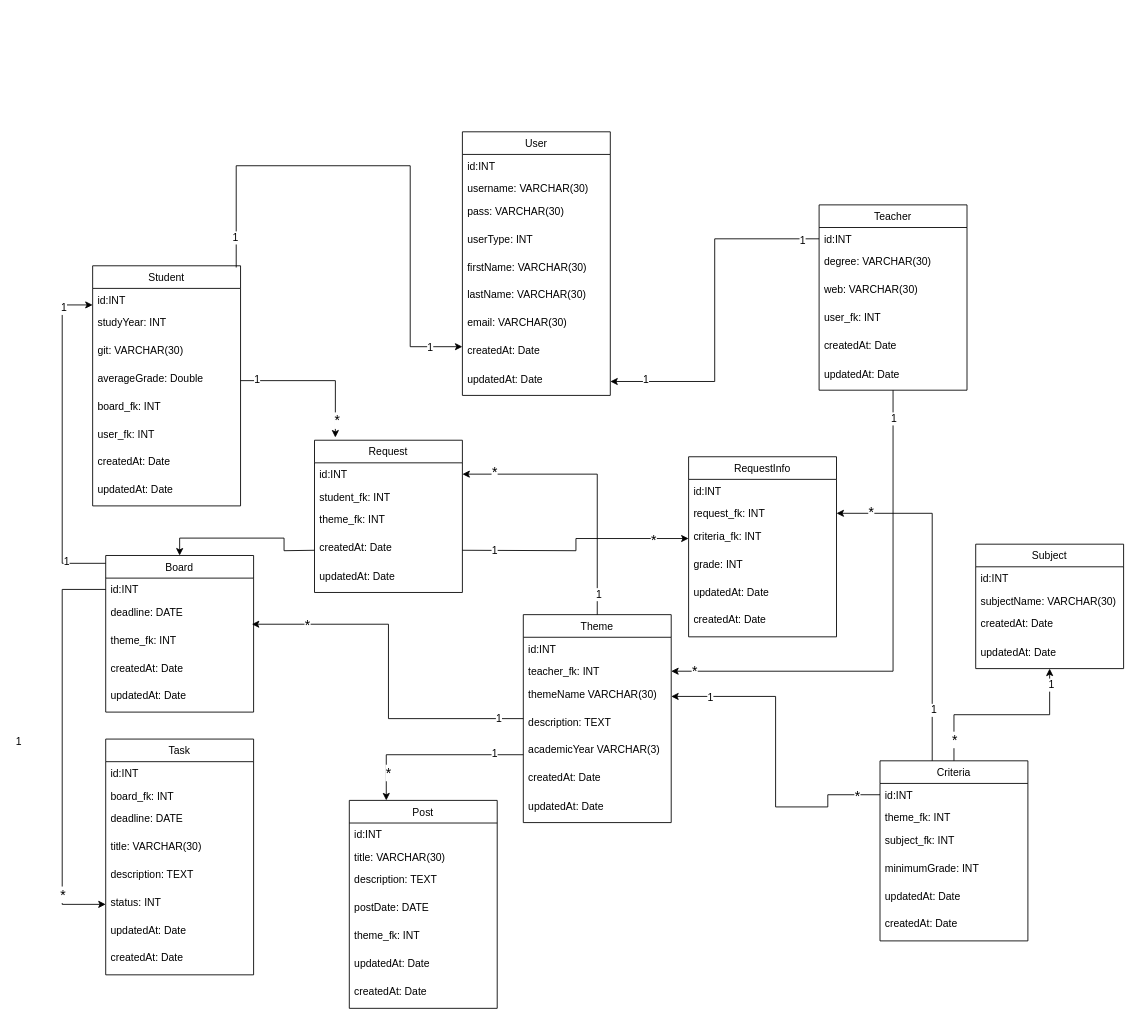
Before: arhitecture/UMLDataBaseCore.drawio in KetanoTinca/TW, a draw.io diagram. Source tidied: cells renumbered, new cells numbered last; positions are measured from the earlier drawing's top-left corner, leaving out a move shared by most shapes. Both pictures are drawn from the tidied source at 87%, with x=0, y=0 at pixel (62, 131).
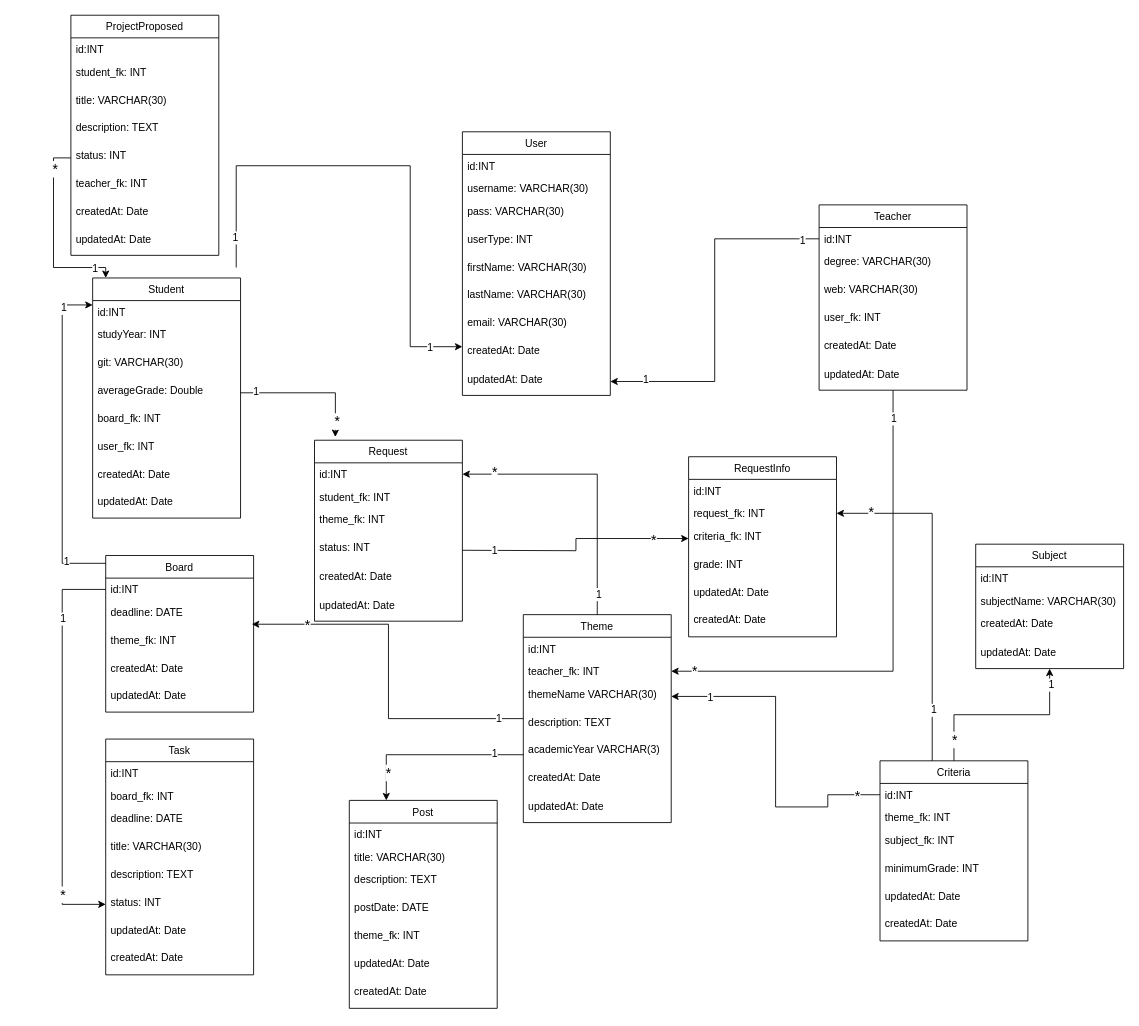
The same diagram, later.

Unchanged cells that the change refers to:
```xml
<mxCell id="54" value="Board" style="swimlane;fontStyle=0;horizontal=1;startSize=26;fillColor=none;" parent="1" vertex="1">
  <mxGeometry x="50" y="487" width="170" height="180" as="geometry" />
</mxCell>
<mxCell id="69" style="edgeStyle=orthogonalEdgeStyle;rounded=0;jettySize=auto;html=1;" parent="1" edge="1" source="55" target="66">
  <mxGeometry relative="1" as="geometry">
    <Array as="points">
      <mxPoint y="526" />
      <mxPoint y="888" />
    </Array>
  </mxGeometry>
</mxCell>
```

What changed in the source:
```diff
@@
     <mxCell id="15" value="Student" style="swimlane;fontStyle=0;horizontal=1;startSize=26;fillColor=none;" parent="1" vertex="1">
-      <mxGeometry x="35" y="154" width="170" height="276" as="geometry" />
+      <mxGeometry x="35" y="168" width="170" height="276" as="geometry" />
     </mxCell>
@@
-    <mxCell id="70" value="1" style="text;html=1;align=center;verticalAlign=middle;labelBackgroundColor=#ffffff;" parent="69" vertex="1">
-      <mxGeometry x="-0.03" y="-51" relative="1" as="geometry" />
-    </mxCell>
@@
+    <mxCell id="124" value="1" style="text;html=1;align=center;verticalAlign=middle;labelBackgroundColor=#ffffff;" parent="69" vertex="1">
+      <mxGeometry x="-0.78" y="32" relative="1" as="geometry">
+        <mxPoint x="-32" y="32" as="offset" />
+      </mxGeometry>
+    </mxCell>
@@
     <mxCell id="100" value="Request" style="swimlane;fontStyle=0;horizontal=1;startSize=26;fillColor=none;" parent="1" vertex="1">
-      <mxGeometry x="290" y="354.5" width="170" height="175" as="geometry" />
+      <mxGeometry x="290" y="354.5" width="170" height="208" as="geometry" />
     </mxCell>
@@
+    <mxCell id="125" value="status: INT" style="text;strokeColor=none;fillColor=none;align=left;verticalAlign=top;spacingLeft=4;spacingRight=4;overflow=hidden;" parent="100" vertex="1">
+      <mxGeometry y="110" width="170" height="33" as="geometry" />
+    </mxCell>
     <mxCell id="104" value="createdAt: Date" style="text;strokeColor=none;fillColor=none;align=left;verticalAlign=top;spacingLeft=4;spacingRight=4;overflow=hidden;" parent="100" vertex="1">
-      <mxGeometry y="110" width="170" height="33" as="geometry" />
+      <mxGeometry y="143" width="170" height="33" as="geometry" />
     </mxCell>
     <mxCell id="105" value="updatedAt: Date" style="text;strokeColor=none;fillColor=none;align=left;verticalAlign=top;spacingLeft=4;spacingRight=4;overflow=hidden;" parent="100" vertex="1">
-      <mxGeometry y="143" width="170" height="32" as="geometry" />
+      <mxGeometry y="176" width="170" height="32" as="geometry" />
     </mxCell>
@@
-    <mxCell id="123" style="edgeStyle=orthogonalEdgeStyle;rounded=0;jettySize=auto;html=1;" parent="1" edge="1" target="54">
-      <mxGeometry relative="1" as="geometry">
-        <mxPoint x="290" y="481" as="sourcePoint" />
-      </mxGeometry>
-    </mxCell>
+    <mxCell id="126" value="ProjectProposed" style="swimlane;fontStyle=0;horizontal=1;startSize=26;fillColor=none;" parent="1" vertex="1">
+      <mxGeometry x="10" y="-134" width="170" height="276" as="geometry" />
+    </mxCell>
+    <mxCell id="127" value="id:INT" style="text;strokeColor=none;fillColor=none;align=left;verticalAlign=top;spacingLeft=4;spacingRight=4;overflow=hidden;" parent="126" vertex="1">
+      <mxGeometry y="26" width="170" height="26" as="geometry" />
+    </mxCell>
+    <mxCell id="128" value="student_fk: INT" style="text;strokeColor=none;fillColor=none;align=left;verticalAlign=top;spacingLeft=4;spacingRight=4;overflow=hidden;" parent="126" vertex="1">
+      <mxGeometry y="52" width="170" height="32" as="geometry" />
+    </mxCell>
+    <mxCell id="129" value="title: VARCHAR(30)" style="text;strokeColor=none;fillColor=none;align=left;verticalAlign=top;spacingLeft=4;spacingRight=4;overflow=hidden;" parent="126" vertex="1">
+      <mxGeometry y="84" width="170" height="32" as="geometry" />
+    </mxCell>
+    <mxCell id="130" value="description: TEXT" style="text;strokeColor=none;fillColor=none;align=left;verticalAlign=top;spacingLeft=4;spacingRight=4;overflow=hidden;" parent="126" vertex="1">
+      <mxGeometry y="116" width="170" height="32" as="geometry" />
+    </mxCell>
+    <mxCell id="131" value="status: INT" style="text;strokeColor=none;fillColor=none;align=left;verticalAlign=top;spacingLeft=4;spacingRight=4;overflow=hidden;points=[[0,0.5],[1,0.5]];portConstraint=eastwest;" parent="126" vertex="1">
+      <mxGeometry y="148" width="170" height="32" as="geometry" />
+    </mxCell>
+    <mxCell id="132" value="teacher_fk: INT" style="text;strokeColor=none;fillColor=none;align=left;verticalAlign=top;spacingLeft=4;spacingRight=4;overflow=hidden;" parent="126" vertex="1">
+      <mxGeometry y="180" width="170" height="32" as="geometry" />
+    </mxCell>
+    <mxCell id="133" value="createdAt: Date" style="text;strokeColor=none;fillColor=none;align=left;verticalAlign=top;spacingLeft=4;spacingRight=4;overflow=hidden;" parent="126" vertex="1">
+      <mxGeometry y="212" width="170" height="32" as="geometry" />
+    </mxCell>
+    <mxCell id="134" value="updatedAt: Date" style="text;strokeColor=none;fillColor=none;align=left;verticalAlign=top;spacingLeft=4;spacingRight=4;overflow=hidden;" parent="126" vertex="1">
+      <mxGeometry y="244" width="170" height="32" as="geometry" />
+    </mxCell>
+    <mxCell id="135" style="edgeStyle=orthogonalEdgeStyle;rounded=0;jettySize=auto;html=1;" parent="1" edge="1" source="131" target="15">
+      <mxGeometry relative="1" as="geometry">
+        <Array as="points">
+          <mxPoint x="-10" y="30" />
+          <mxPoint x="-10" y="156" />
+          <mxPoint x="50" y="156" />
+        </Array>
+      </mxGeometry>
+    </mxCell>
+    <mxCell id="136" value="1" style="text;html=1;align=center;verticalAlign=middle;labelBackgroundColor=#ffffff;" parent="135" vertex="1">
+      <mxGeometry x="0.77" y="-1" relative="1" as="geometry" />
+    </mxCell>
+    <mxCell id="137" value="&lt;font style=&quot;font-size: 16px&quot;&gt;*&lt;/font&gt;" style="text;html=1;align=center;verticalAlign=middle;labelBackgroundColor=#ffffff;" parent="135" vertex="1">
+      <mxGeometry x="-0.83" y="12" relative="1" as="geometry" />
+    </mxCell>
```
